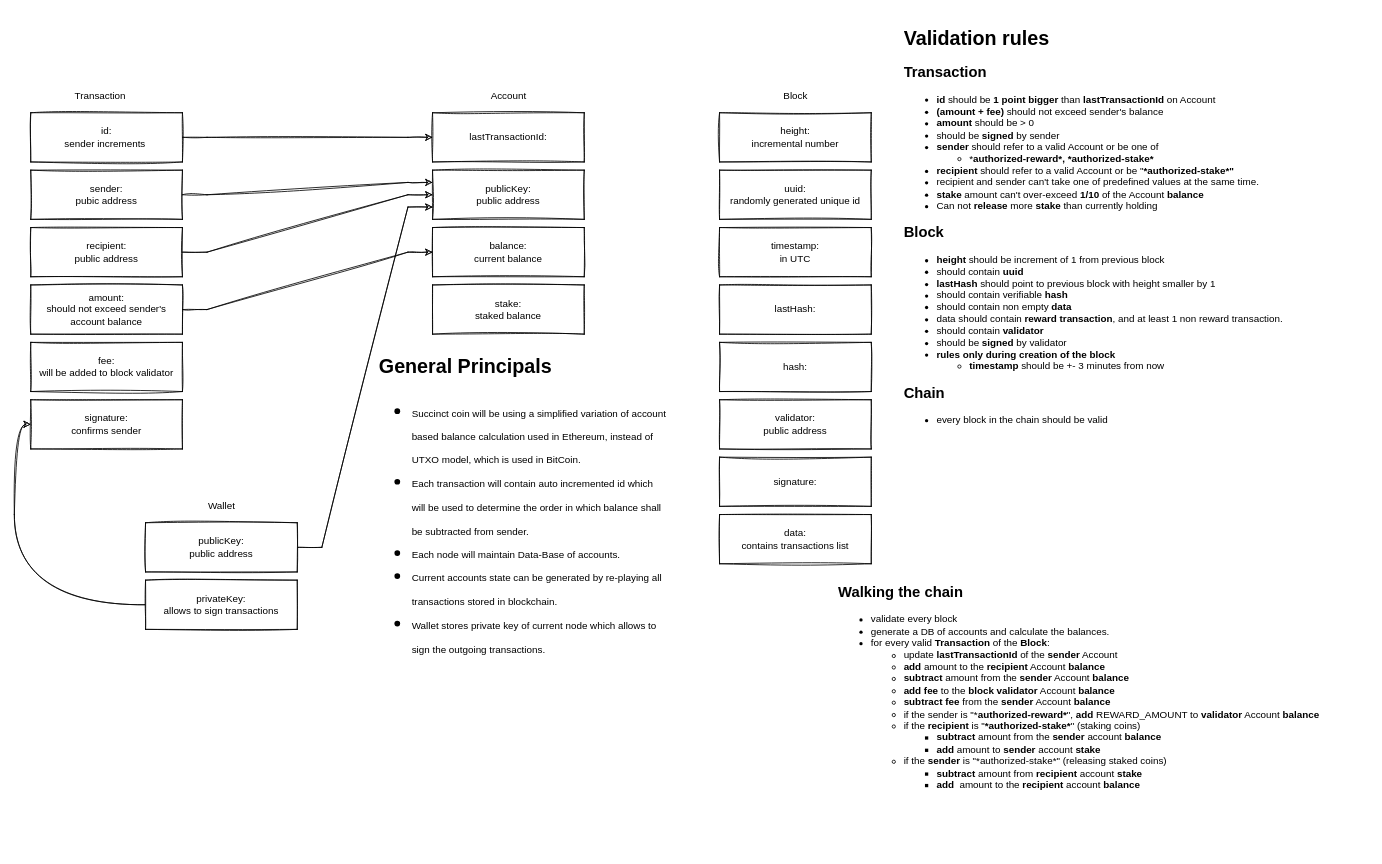
echowaves/succinctcoin keeps this draw.io diagram as docs/Transaction Structure Diagram.drawio. Above is the earlier version. Source tidied: cells renumbered, new cells numbered last; positions are measured from the earlier drawing's top-left corner, leaving out a move shared by most shapes. Both pictures are drawn from the tidied source at 82%, with x=0, y=0 at pixel (30, 22).
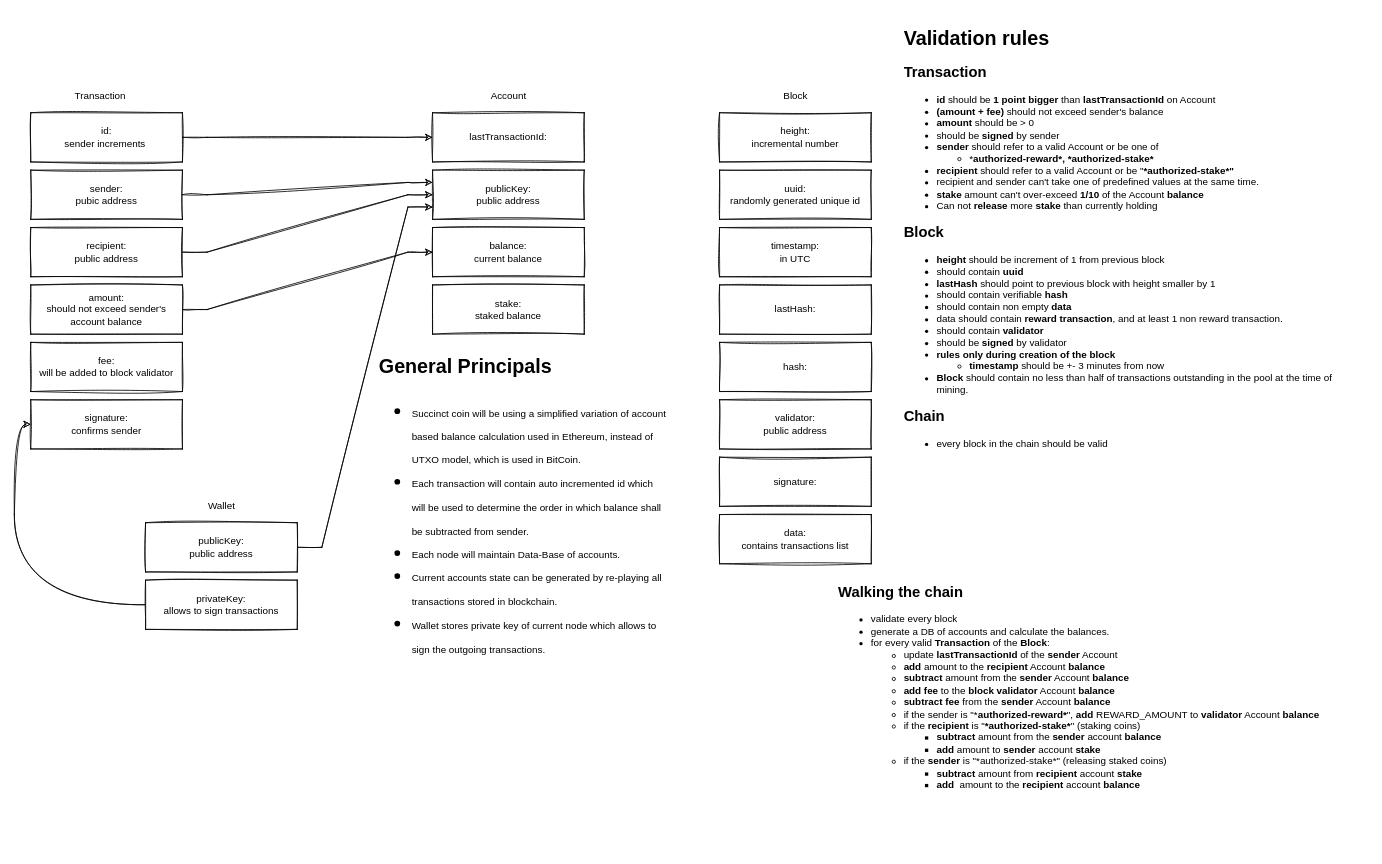
The same page after the edit.

What changed in the source:
```diff
@@
-    <mxCell id="33" value="&lt;h1&gt;Validation rules&lt;/h1&gt;&lt;h2&gt;Transaction&lt;/h2&gt;&lt;div&gt;&lt;ul&gt;&lt;li&gt;&lt;b&gt;id &lt;/b&gt;should be&lt;b&gt;&amp;nbsp;1 point bigger&lt;/b&gt; than&lt;b&gt; lastTransactionId &lt;/b&gt;on Account&lt;/li&gt;&lt;li&gt;&lt;b&gt;(amount + fee)&lt;/b&gt; should not exceed sender's balance&lt;/li&gt;&lt;li&gt;&lt;b&gt;amount&lt;/b&gt; should be &amp;gt; 0&lt;/li&gt;&lt;li&gt;should be &lt;b&gt;signed&lt;/b&gt; by sender&lt;/li&gt;&lt;li&gt;&lt;b&gt;sender&lt;/b&gt; should refer to a valid Account or be one of&lt;/li&gt;&lt;ul&gt;&lt;li&gt;*&lt;b&gt;authorized-reward*,&amp;nbsp;&lt;/b&gt;&lt;b&gt;*authorized-stake*&lt;/b&gt;&lt;br&gt;&lt;/li&gt;&lt;/ul&gt;&lt;li&gt;&lt;b&gt;recipient &lt;/b&gt;should refer to a valid Account or be &quot;&lt;b&gt;*authorized-stake*&quot;&lt;/b&gt;&lt;/li&gt;&lt;li&gt;recipient and sender can't take one of predefined values at the same time.&lt;/li&gt;&lt;li&gt;&lt;b&gt;stake &lt;/b&gt;amount can't over-exceed &lt;b&gt;1/10&lt;/b&gt; of the Account &lt;b&gt;balance&lt;/b&gt;&lt;/li&gt;&lt;li&gt;Can not &lt;b&gt;release&lt;/b&gt; more &lt;b&gt;stake&lt;/b&gt; than currently holding&lt;/li&gt;&lt;/ul&gt;&lt;/div&gt;&lt;h2&gt;Block&lt;/h2&gt;&lt;div&gt;&lt;ul&gt;&lt;li&gt;&lt;b&gt;height&lt;/b&gt; should be increment of 1 from previous block&lt;/li&gt;&lt;li&gt;should contain &lt;b&gt;uuid&lt;/b&gt;&lt;/li&gt;&lt;li&gt;&lt;b&gt;lastHash&lt;/b&gt; should point to previous block with height smaller by 1&lt;/li&gt;&lt;li&gt;should contain verifiable &lt;b&gt;hash&lt;/b&gt;&lt;/li&gt;&lt;li&gt;should contain non empty &lt;b&gt;data&lt;/b&gt;&amp;nbsp;&amp;nbsp;&lt;/li&gt;&lt;li&gt;data should contain &lt;b&gt;reward transaction&lt;/b&gt;, and at least 1 non reward transaction.&lt;/li&gt;&lt;li&gt;should contain &lt;b&gt;validator&lt;/b&gt;&lt;/li&gt;&lt;li&gt;should be &lt;b&gt;signed&lt;/b&gt; by validator&lt;/li&gt;&lt;li&gt;&lt;b&gt;rules only during creation of the block&lt;/b&gt;&lt;/li&gt;&lt;ul&gt;&lt;li&gt;&lt;b&gt;timestamp&lt;/b&gt; should be +- 3 minutes from now&lt;/li&gt;&lt;/ul&gt;&lt;/ul&gt;&lt;/div&gt;&lt;h2&gt;Chain&lt;/h2&gt;&lt;div&gt;&lt;ul&gt;&lt;li&gt;every block in the chain should be valid&lt;/li&gt;&lt;/ul&gt;&lt;div&gt;&lt;br&gt;&lt;/div&gt;&lt;/div&gt;&lt;h2&gt;&lt;br&gt;&lt;/h2&gt;" style="text;html=1;strokeColor=none;fillColor=none;spacing=5;spacingTop=-20;whiteSpace=wrap;overflow=hidden;rounded=0;sketch=1;" parent="1" vertex="1">
+    <mxCell id="33" value="&lt;h1&gt;Validation rules&lt;/h1&gt;&lt;h2&gt;Transaction&lt;/h2&gt;&lt;div&gt;&lt;ul&gt;&lt;li&gt;&lt;b&gt;id &lt;/b&gt;should be&lt;b&gt;&amp;nbsp;1 point bigger&lt;/b&gt; than&lt;b&gt; lastTransactionId &lt;/b&gt;on Account&lt;/li&gt;&lt;li&gt;&lt;b&gt;(amount + fee)&lt;/b&gt; should not exceed sender's balance&lt;/li&gt;&lt;li&gt;&lt;b&gt;amount&lt;/b&gt; should be &amp;gt; 0&lt;/li&gt;&lt;li&gt;should be &lt;b&gt;signed&lt;/b&gt; by sender&lt;/li&gt;&lt;li&gt;&lt;b&gt;sender&lt;/b&gt; should refer to a valid Account or be one of&lt;/li&gt;&lt;ul&gt;&lt;li&gt;*&lt;b&gt;authorized-reward*,&amp;nbsp;&lt;/b&gt;&lt;b&gt;*authorized-stake*&lt;/b&gt;&lt;br&gt;&lt;/li&gt;&lt;/ul&gt;&lt;li&gt;&lt;b&gt;recipient &lt;/b&gt;should refer to a valid Account or be &quot;&lt;b&gt;*authorized-stake*&quot;&lt;/b&gt;&lt;/li&gt;&lt;li&gt;recipient and sender can't take one of predefined values at the same time.&lt;/li&gt;&lt;li&gt;&lt;b&gt;stake &lt;/b&gt;amount can't over-exceed &lt;b&gt;1/10&lt;/b&gt; of the Account &lt;b&gt;balance&lt;/b&gt;&lt;/li&gt;&lt;li&gt;Can not &lt;b&gt;release&lt;/b&gt; more &lt;b&gt;stake&lt;/b&gt; than currently holding&lt;/li&gt;&lt;/ul&gt;&lt;/div&gt;&lt;h2&gt;Block&lt;/h2&gt;&lt;div&gt;&lt;ul&gt;&lt;li&gt;&lt;b&gt;height&lt;/b&gt; should be increment of 1 from previous block&lt;/li&gt;&lt;li&gt;should contain &lt;b&gt;uuid&lt;/b&gt;&lt;/li&gt;&lt;li&gt;&lt;b&gt;lastHash&lt;/b&gt; should point to previous block with height smaller by 1&lt;/li&gt;&lt;li&gt;should contain verifiable &lt;b&gt;hash&lt;/b&gt;&lt;/li&gt;&lt;li&gt;should contain non empty &lt;b&gt;data&lt;/b&gt;&amp;nbsp;&amp;nbsp;&lt;/li&gt;&lt;li&gt;data should contain &lt;b&gt;reward transaction&lt;/b&gt;, and at least 1 non reward transaction.&lt;/li&gt;&lt;li&gt;should contain &lt;b&gt;validator&lt;/b&gt;&lt;/li&gt;&lt;li&gt;should be &lt;b&gt;signed&lt;/b&gt; by validator&lt;/li&gt;&lt;li&gt;&lt;b&gt;rules only during creation of the block&lt;/b&gt;&lt;/li&gt;&lt;ul&gt;&lt;li&gt;&lt;b&gt;timestamp&lt;/b&gt; should be +- 3 minutes from now&lt;/li&gt;&lt;/ul&gt;&lt;li&gt;&lt;b&gt;Block &lt;/b&gt;should contain no less than half of transactions outstanding in the pool at the time of mining.&lt;/li&gt;&lt;/ul&gt;&lt;/div&gt;&lt;h2&gt;Chain&lt;/h2&gt;&lt;div&gt;&lt;ul&gt;&lt;li&gt;every block in the chain should be valid&lt;/li&gt;&lt;/ul&gt;&lt;div&gt;&lt;br&gt;&lt;/div&gt;&lt;/div&gt;&lt;h2&gt;&lt;br&gt;&lt;/h2&gt;" style="text;html=1;strokeColor=none;fillColor=none;spacing=5;spacingTop=-20;whiteSpace=wrap;overflow=hidden;rounded=0;sketch=1;" parent="1" vertex="1">
       <mxGeometry x="1060" width="560" height="660" as="geometry" />
     </mxCell>
```
